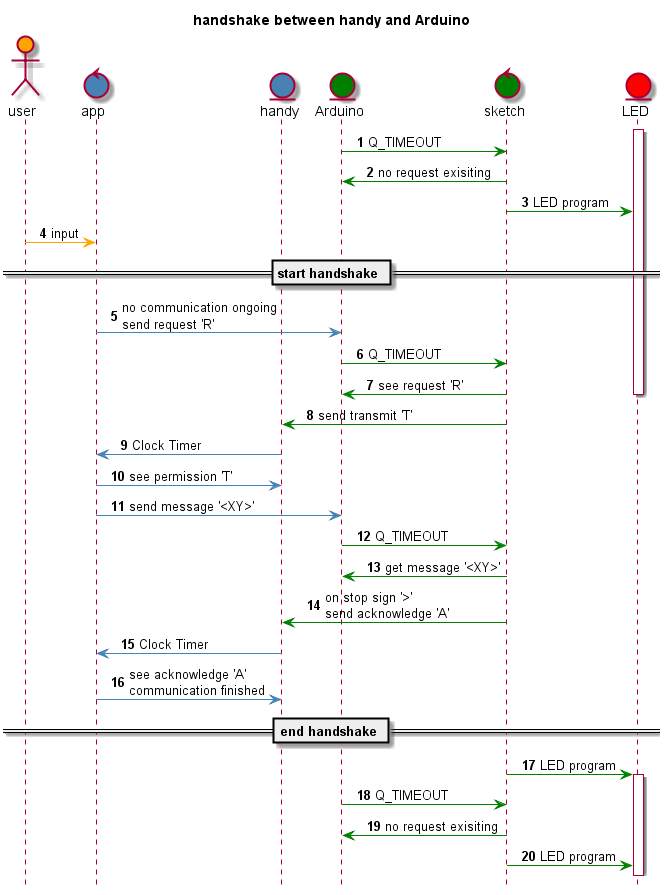
This is doc/handshake.png from orje/LEDviaApp, a PlantUML export, as it was before one commit.
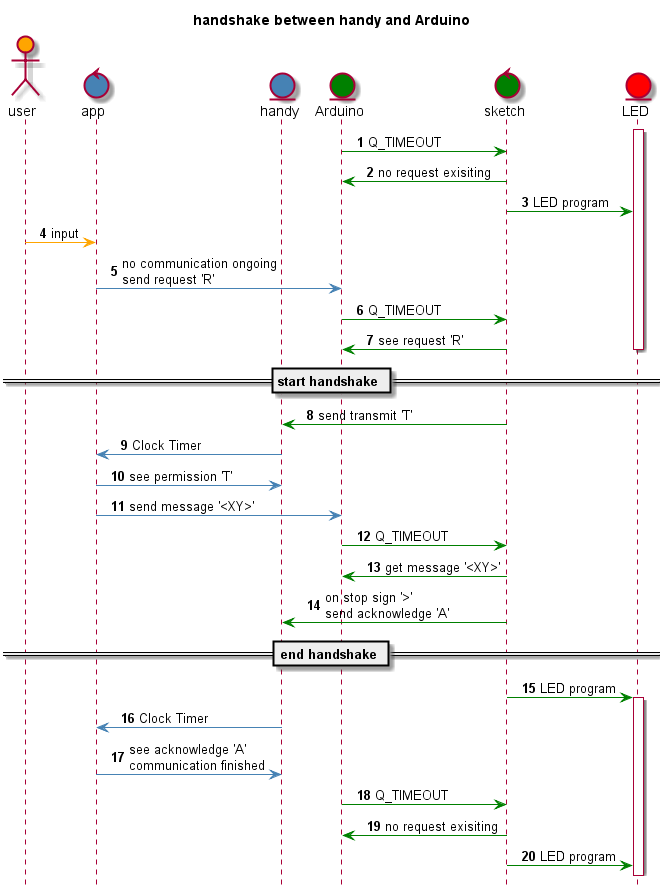
After the commit.

Diff of the diagram source:
```diff
@@ -23,13 +23,13 @@
 
 user -[#orange]> app: input
 
-== start handshake ==
-
 app -[#steelblue]> Arduino: no communication ongoing \nsend request 'R'
 
 Arduino -[#green]> sketch: Q_TIMEOUT
 
 sketch -[#green]> Arduino: see request 'R'
+
+== start handshake ==
 
 deactivate LED
 
@@ -47,15 +47,15 @@
 
 sketch -[#green]> handy: on stop sign '>' \nsend acknowledge 'A'
 
-handy -[#steelblue]> app: Clock Timer
-
-app -[#steelblue]> handy: see acknowledge 'A' \ncommunication finished
-
 == end handshake ==
 
 sketch -[#green]> LED: LED program
 
 activate LED
+
+handy -[#steelblue]> app: Clock Timer
+
+app -[#steelblue]> handy: see acknowledge 'A' \ncommunication finished
 
 Arduino -[#green]> sketch: Q_TIMEOUT
 
```
